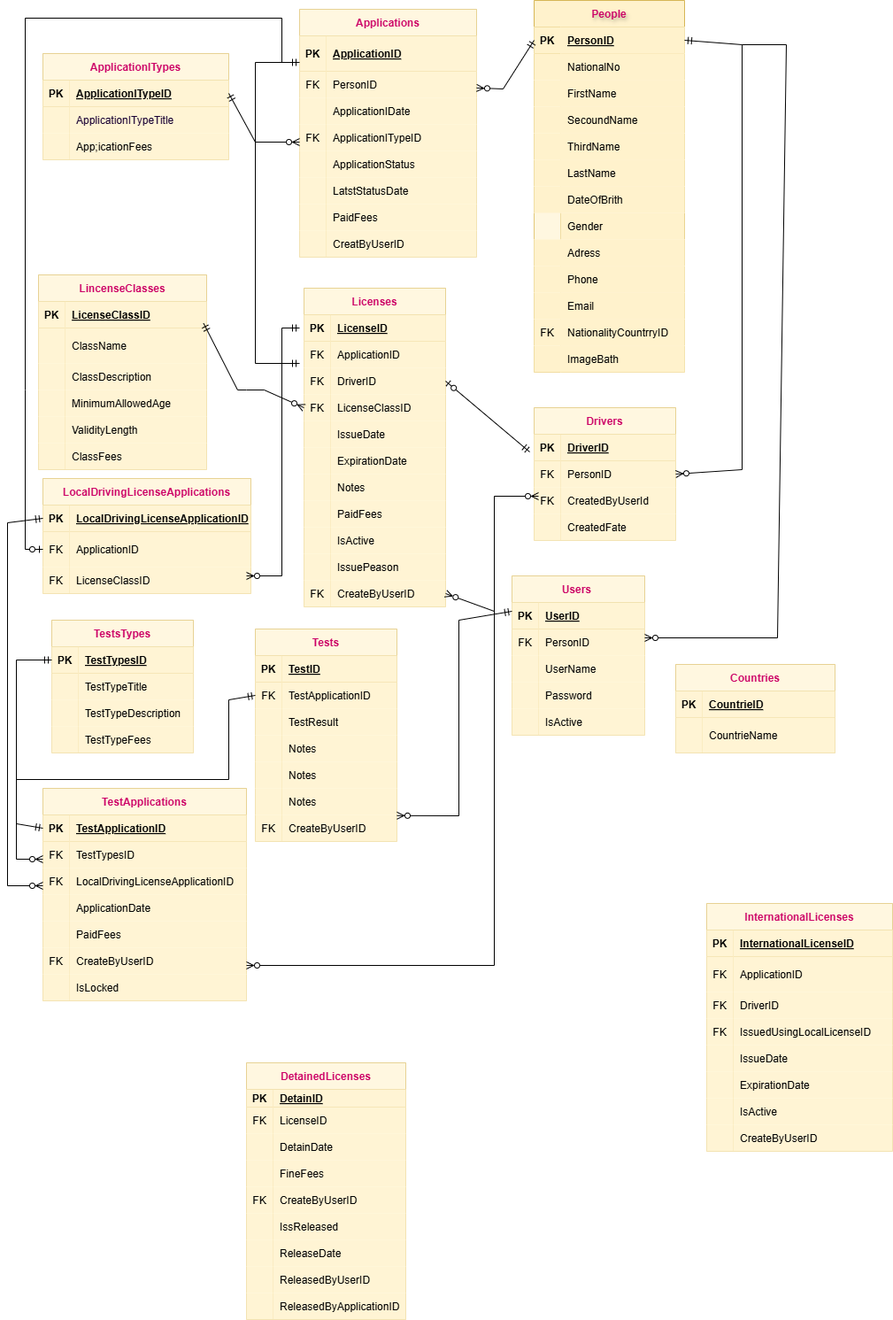
azizadiab/Driving-License-Department keeps this draw.io diagram as Untitled Diagram.drawio.png. Above is the earlier version. Source tidied: cells renumbered, new cells last; positions are measured from the earlier drawing's top-left corner, leaving out a move shared by most shapes.
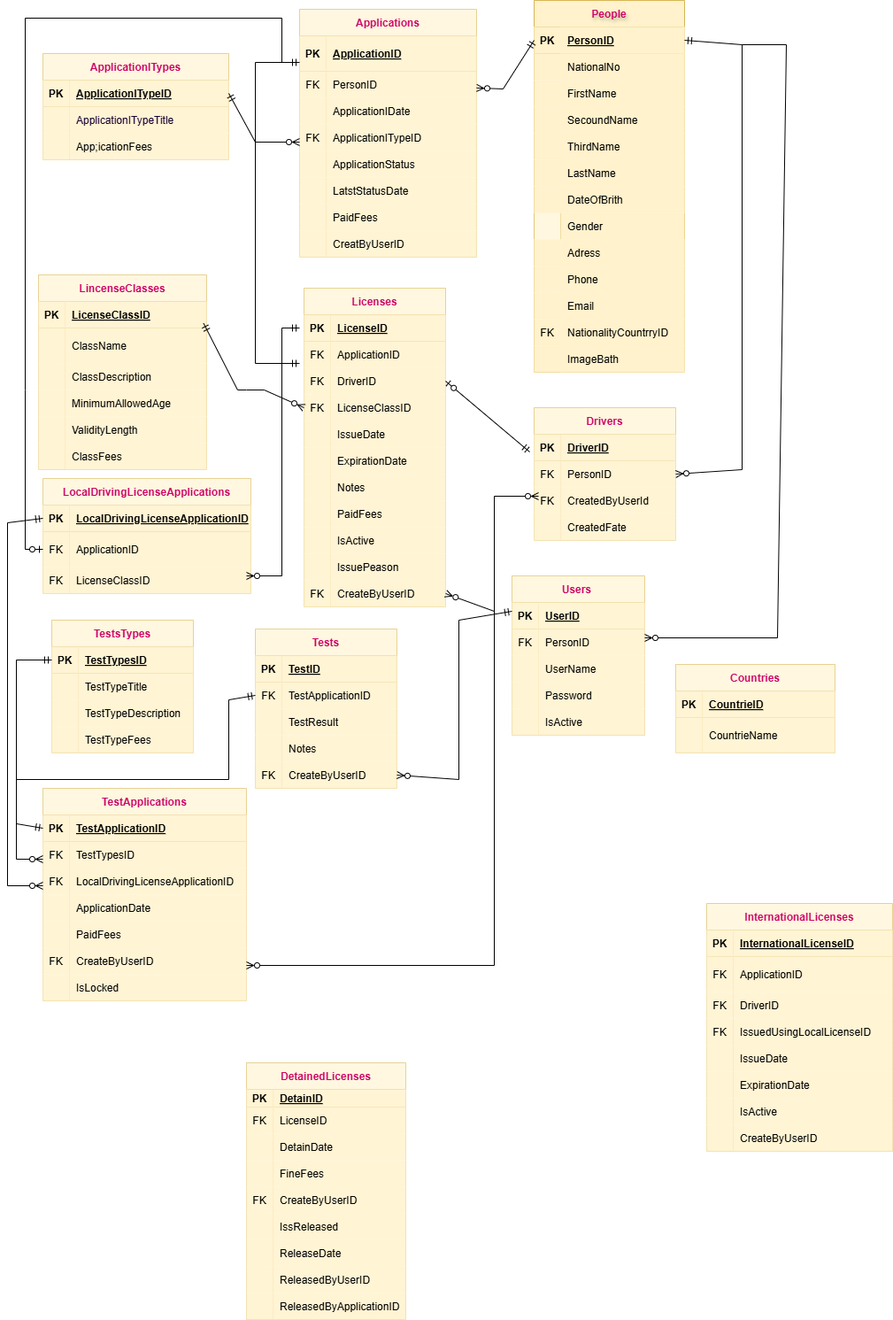
After the commit.

Change to the diagram source:
```diff
@@ -768,7 +768,7 @@
       <mxGeometry x="30" width="180" height="30" as="geometry" />
     </mxCell>
     <mxCell id="257" value="Tests" style="shape=table;startSize=30;rowLines=0;fontStyle=1;align=center;opacity=60;fillColor=#fff2cc;strokeColor=#d6b656;fontColor=#CC0066;" parent="1" vertex="1">
-      <mxGeometry x="280" y="710" width="160" height="240" as="geometry" />
+      <mxGeometry x="280" y="710" width="160" height="180" as="geometry" />
     </mxCell>
     <mxCell id="258" style="shape=partialRectangle;fillColor=#fff2cc;top=0;left=0;right=0;bottom=1;opacity=60;strokeColor=#d6b656;" parent="257" vertex="1">
       <mxGeometry y="30" width="160" height="30" as="geometry" />
@@ -806,26 +806,8 @@
     <mxCell id="269" value="Notes" style="shape=partialRectangle;overflow=hidden;fillColor=#fff2cc;top=0;left=0;bottom=0;right=0;align=left;spacingLeft=6;opacity=60;strokeColor=#d6b656;" parent="267" vertex="1">
       <mxGeometry x="30" width="130" height="30" as="geometry" />
     </mxCell>
-    <mxCell id="270" style="shape=partialRectangle;fillColor=#fff2cc;top=0;left=0;right=0;bottom=0;opacity=60;strokeColor=#d6b656;" parent="257" vertex="1">
-      <mxGeometry y="150" width="160" height="30" as="geometry" />
-    </mxCell>
-    <mxCell id="271" style="shape=partialRectangle;overflow=hidden;fillColor=#fff2cc;top=0;left=0;bottom=0;right=0;opacity=60;strokeColor=#d6b656;" parent="270" vertex="1">
-      <mxGeometry width="30" height="30" as="geometry" />
-    </mxCell>
-    <mxCell id="272" value="Notes" style="shape=partialRectangle;overflow=hidden;fillColor=#fff2cc;top=0;left=0;bottom=0;right=0;align=left;spacingLeft=6;opacity=60;strokeColor=#d6b656;" parent="270" vertex="1">
-      <mxGeometry x="30" width="130" height="30" as="geometry" />
-    </mxCell>
-    <mxCell id="273" style="shape=partialRectangle;fillColor=#fff2cc;top=0;left=0;right=0;bottom=0;opacity=60;strokeColor=#d6b656;" parent="257" vertex="1">
-      <mxGeometry y="180" width="160" height="30" as="geometry" />
-    </mxCell>
-    <mxCell id="274" style="shape=partialRectangle;overflow=hidden;fillColor=#fff2cc;top=0;left=0;bottom=0;right=0;opacity=60;strokeColor=#d6b656;" parent="273" vertex="1">
-      <mxGeometry width="30" height="30" as="geometry" />
-    </mxCell>
-    <mxCell id="275" value="Notes" style="shape=partialRectangle;overflow=hidden;fillColor=#fff2cc;top=0;left=0;bottom=0;right=0;align=left;spacingLeft=6;opacity=60;strokeColor=#d6b656;" parent="273" vertex="1">
-      <mxGeometry x="30" width="130" height="30" as="geometry" />
-    </mxCell>
     <mxCell id="276" style="shape=partialRectangle;fillColor=#fff2cc;points=[[0,0.5],[1,0.5]];portConstraint=eastwest;top=0;left=0;right=0;bottom=0;opacity=60;strokeColor=#d6b656;" parent="257" vertex="1">
-      <mxGeometry y="210" width="160" height="30" as="geometry" />
+      <mxGeometry y="150" width="160" height="30" as="geometry" />
     </mxCell>
     <mxCell id="277" value="FK" style="shape=partialRectangle;overflow=hidden;fillColor=#fff2cc;top=0;left=0;bottom=0;right=0;opacity=60;strokeColor=#d6b656;" parent="276" vertex="1">
       <mxGeometry width="30" height="30" as="geometry" />
@@ -911,11 +893,11 @@
         </Array>
       </mxGeometry>
     </mxCell>
-    <mxCell id="293" style="endArrow=ERmandOne;html=1;rounded=0;exitX=1;exitY=0.027;exitDx=0;exitDy=0;exitPerimeter=0;startArrow=ERzeroToMany;startFill=0;endFill=0;" parent="1" edge="1" source="276">
+    <mxCell id="293" style="endArrow=ERmandOne;html=1;rounded=0;startArrow=ERzeroToMany;startFill=0;endFill=0;exitX=1;exitY=0.5;exitDx=0;exitDy=0;" parent="1" edge="1" source="276">
       <mxGeometry relative="1" as="geometry">
         <mxPoint x="570" y="690" as="targetPoint" />
         <Array as="points">
-          <mxPoint x="510" y="921" />
+          <mxPoint x="510" y="880" />
           <mxPoint x="510" y="700" />
         </Array>
       </mxGeometry>
```
